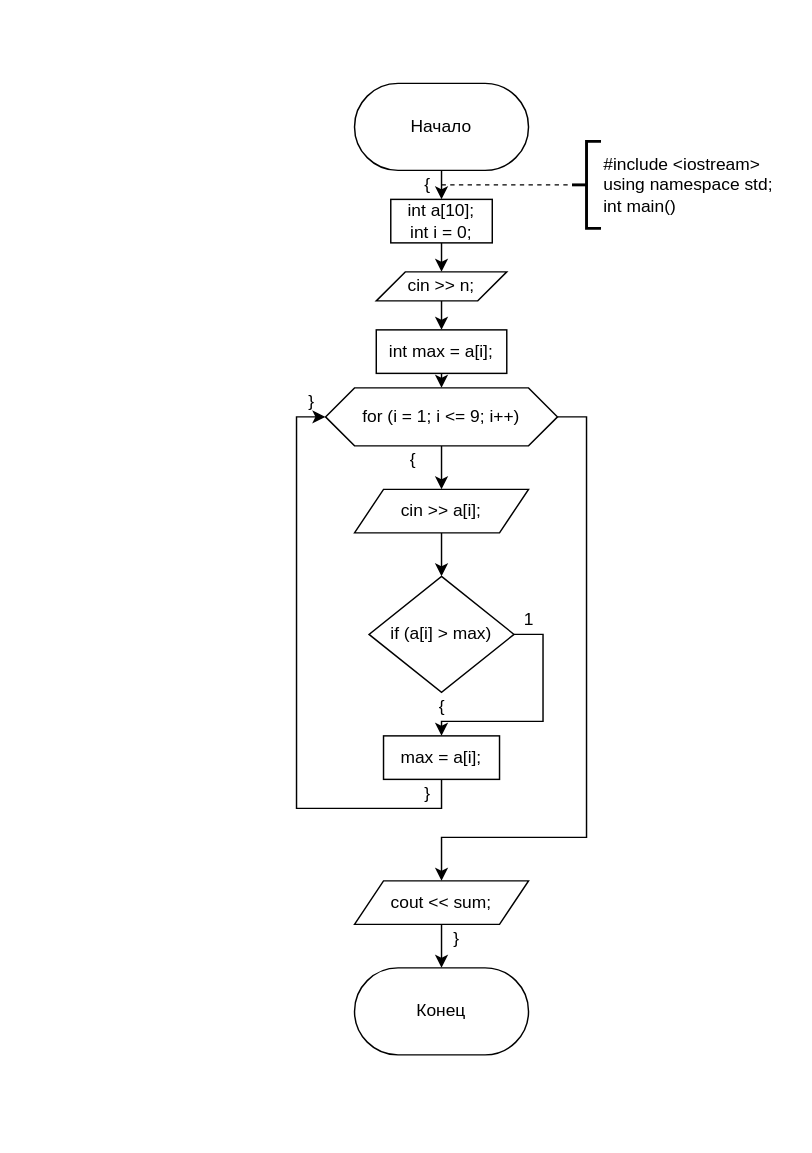
ChinaRBM/Labs_PSTU keeps this draw.io diagram as Блок схемы/Лаб. 14/Задача 2.22.drawio. Above is the earlier version. Source tidied: cells renumbered, new cells numbered last; positions are measured from the earlier drawing's top-left corner, leaving out a move shared by most shapes. Both pictures are drawn from the tidied source at 145%, with x=0, y=0 at pixel (296, 83).
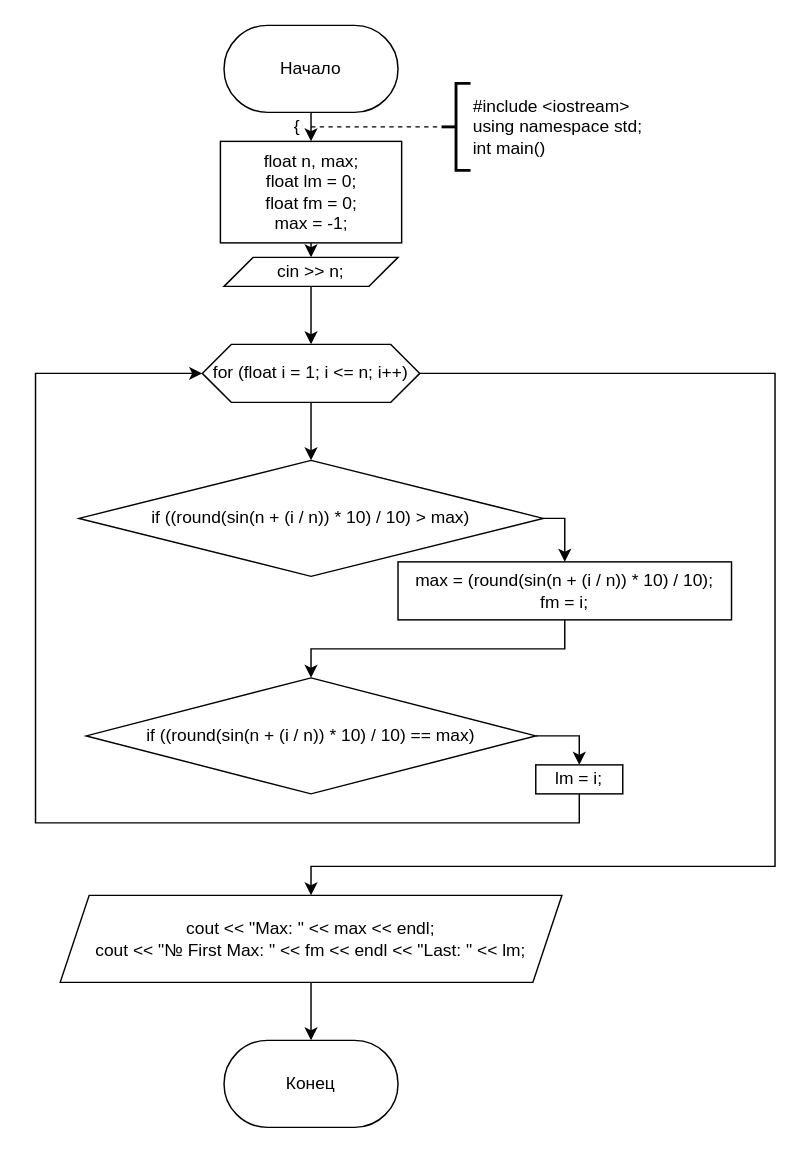
Above is the later version.

The edit, as a diff of the source:
```diff
@@
-    <mxCell id="2" style="edgeStyle=orthogonalEdgeStyle;rounded=0;jettySize=auto;html=1;exitX=0.5;exitY=1;exitDx=0;exitDy=0;entryX=0.5;entryY=0;entryDx=0;entryDy=0;" parent="1" edge="1" source="3" target="6">
-      <mxGeometry relative="1" as="geometry" />
-    </mxCell>
+    <mxCell id="31" style="edgeStyle=orthogonalEdgeStyle;rounded=0;jettySize=auto;html=1;exitX=0.5;exitY=1;exitDx=0;exitDy=0;entryX=0.5;entryY=0;entryDx=0;entryDy=0;" parent="1" edge="1" source="3" target="33">
+      <mxGeometry relative="1" as="geometry" />
+    </mxCell>
     <mxCell id="3" value="Начало" style="rounded=1;whiteSpace=wrap;html=1;arcSize=50;" parent="1" vertex="1">
-      <mxGeometry x="40" width="120" height="60" as="geometry" />
+      <mxGeometry x="-50" y="-40" width="120" height="60" as="geometry" />
     </mxCell>
     <mxCell id="4" value="Конец" style="rounded=1;whiteSpace=wrap;html=1;arcSize=50;" parent="1" vertex="1">
-      <mxGeometry x="40" y="610" width="120" height="60" as="geometry" />
+      <mxGeometry x="-50" y="660" width="120" height="60" as="geometry" />
     </mxCell>
-    <mxCell id="5" style="edgeStyle=orthogonalEdgeStyle;rounded=0;jettySize=auto;html=1;exitX=0.5;exitY=1;exitDx=0;exitDy=0;entryX=0.5;entryY=0;entryDx=0;entryDy=0;" parent="1" edge="1" source="6" target="10">
-      <mxGeometry relative="1" as="geometry" />
-    </mxCell>
-    <mxCell id="6" value="&lt;div&gt;&lt;div&gt;int a[10];&lt;/div&gt;&lt;div&gt;&lt;span&gt;&#9;&lt;/span&gt;int i = 0;&lt;/div&gt;&lt;/div&gt;" style="rounded=0;whiteSpace=wrap;html=1;" parent="1" vertex="1">
-      <mxGeometry x="65" y="80" width="70" height="30" as="geometry" />
-    </mxCell>
-    <mxCell id="7" style="endArrow=none;dashed=1;html=1;rounded=0;" parent="1" edge="1">
-      <mxGeometry relative="1" as="geometry">
-        <mxPoint x="100" y="70" as="sourcePoint" />
-        <mxPoint x="190" y="70" as="targetPoint" />
-      </mxGeometry>
-    </mxCell>
+    <mxCell id="32" style="edgeStyle=orthogonalEdgeStyle;rounded=0;jettySize=auto;html=1;exitX=0.5;exitY=1;exitDx=0;exitDy=0;entryX=0.5;entryY=0;entryDx=0;entryDy=0;" parent="1" edge="1" source="33" target="10">
+      <mxGeometry relative="1" as="geometry" />
+    </mxCell>
+    <mxCell id="33" value="&lt;div&gt;float n, max;&lt;/div&gt;&lt;div&gt;&lt;span&gt;&#9;&lt;/span&gt;float lm = 0;&lt;/div&gt;&lt;div&gt;&lt;span&gt;&#9;&lt;/span&gt;float fm = 0;&lt;/div&gt;&lt;div&gt;max = -1;&lt;br&gt;&lt;/div&gt;" style="rounded=0;whiteSpace=wrap;html=1;" parent="1" vertex="1">
+      <mxGeometry x="-52.5" y="40" width="125" height="70" as="geometry" />
+    </mxCell>
+    <mxCell id="34" style="endArrow=none;dashed=1;html=1;rounded=0;" parent="1" edge="1">
+      <mxGeometry relative="1" as="geometry">
+        <mxPoint x="10" y="30" as="sourcePoint" />
+        <mxPoint x="100" y="30" as="targetPoint" />
+      </mxGeometry>
+    </mxCell>
     <mxCell id="8" value="&lt;div&gt;#include &amp;lt;iostream&amp;gt;&lt;/div&gt;&lt;div&gt;using namespace std;&lt;/div&gt;&lt;div&gt;int main()&lt;/div&gt;" style="strokeWidth=2;html=1;shape=mxgraph.flowchart.annotation_2;align=left;labelPosition=right;" parent="1" vertex="1">
-      <mxGeometry x="190" y="40" width="20" height="60" as="geometry" />
+      <mxGeometry x="100" width="20" height="60" as="geometry" />
     </mxCell>
-    <mxCell id="9" style="edgeStyle=orthogonalEdgeStyle;rounded=0;jettySize=auto;html=1;exitX=0.5;exitY=1;exitDx=0;exitDy=0;entryX=0.5;entryY=0;entryDx=0;entryDy=0;" parent="1" edge="1" source="10" target="19">
-      <mxGeometry relative="1" as="geometry" />
-    </mxCell>
+    <mxCell id="35" value="{" style="text;html=1;align=center;verticalAlign=middle;strokeColor=none;fillColor=none;" parent="1" vertex="1">
+      <mxGeometry x="-10" y="20" width="20" height="20" as="geometry" />
+    </mxCell>
+    <mxCell id="36" style="edgeStyle=orthogonalEdgeStyle;rounded=0;jettySize=auto;html=1;exitX=0.5;exitY=1;exitDx=0;exitDy=0;entryX=0.5;entryY=0;entryDx=0;entryDy=0;" parent="1" edge="1" source="38" target="40">
+      <mxGeometry relative="1" as="geometry" />
+    </mxCell>
+    <mxCell id="37" style="edgeStyle=orthogonalEdgeStyle;rounded=0;jettySize=auto;html=1;exitX=1;exitY=0.5;exitDx=0;exitDy=0;entryX=0.5;entryY=0;entryDx=0;entryDy=0;" parent="1" edge="1" source="38" target="44">
+      <mxGeometry relative="1" as="geometry">
+        <Array as="points">
+          <mxPoint x="330" y="200" />
+          <mxPoint x="330" y="540" />
+          <mxPoint x="10" y="540" />
+        </Array>
+      </mxGeometry>
+    </mxCell>
+    <mxCell id="38" value="for (float i = 1; i &amp;lt;= n; i++)" style="shape=hexagon;perimeter=hexagonPerimeter2;whiteSpace=wrap;html=1;fixedSize=1;" parent="1" vertex="1">
+      <mxGeometry x="-65" y="180" width="150" height="40" as="geometry" />
+    </mxCell>
+    <mxCell id="39" style="edgeStyle=orthogonalEdgeStyle;rounded=0;jettySize=auto;html=1;exitX=1;exitY=0.5;exitDx=0;exitDy=0;entryX=0.5;entryY=0;entryDx=0;entryDy=0;" parent="1" edge="1" source="40" target="49">
+      <mxGeometry relative="1" as="geometry">
+        <Array as="points">
+          <mxPoint x="185" y="300" />
+        </Array>
+      </mxGeometry>
+    </mxCell>
+    <mxCell id="40" value="if ((round(sin(n + (i / n)) * 10) / 10) &amp;gt; max)" style="rhombus;whiteSpace=wrap;html=1;" parent="1" vertex="1">
+      <mxGeometry x="-150" y="260" width="320" height="80" as="geometry" />
+    </mxCell>
+    <mxCell id="41" style="edgeStyle=orthogonalEdgeStyle;rounded=0;jettySize=auto;html=1;exitX=1;exitY=0.5;exitDx=0;exitDy=0;entryX=0.5;entryY=0;entryDx=0;entryDy=0;" parent="1" edge="1" source="42" target="47">
+      <mxGeometry relative="1" as="geometry" />
+    </mxCell>
+    <mxCell id="42" value="if ((round(sin(n + (i / n)) * 10) / 10) == max)" style="rhombus;whiteSpace=wrap;html=1;" parent="1" vertex="1">
+      <mxGeometry x="-145" y="410" width="310" height="80" as="geometry" />
+    </mxCell>
+    <mxCell id="43" style="edgeStyle=orthogonalEdgeStyle;rounded=0;jettySize=auto;html=1;exitX=0.5;exitY=1;exitDx=0;exitDy=0;entryX=0.5;entryY=0;entryDx=0;entryDy=0;" parent="1" edge="1" source="44" target="4">
+      <mxGeometry relative="1" as="geometry" />
+    </mxCell>
+    <mxCell id="44" value="&lt;div&gt;cout &amp;lt;&amp;lt; &quot;Max: &quot; &amp;lt;&amp;lt; max &amp;lt;&amp;lt; endl;&lt;/div&gt;&lt;div&gt;&lt;span&gt;&#9;&lt;/span&gt;cout &amp;lt;&amp;lt; &quot;№ First Max: &quot; &amp;lt;&amp;lt; fm &amp;lt;&amp;lt; endl &amp;lt;&amp;lt; &quot;Last: &quot; &amp;lt;&amp;lt; lm;&lt;/div&gt;" style="shape=parallelogram;perimeter=parallelogramPerimeter;whiteSpace=wrap;html=1;fixedSize=1;" parent="1" vertex="1">
+      <mxGeometry x="-163" y="560" width="346" height="60" as="geometry" />
+    </mxCell>
+    <mxCell id="45" style="edgeStyle=orthogonalEdgeStyle;rounded=0;jettySize=auto;html=1;exitX=0.5;exitY=1;exitDx=0;exitDy=0;entryX=0.5;entryY=0;entryDx=0;entryDy=0;" parent="1" edge="1" source="10" target="38">
+      <mxGeometry relative="1" as="geometry" />
+    </mxCell>
     <mxCell id="10" value="cin &amp;gt;&amp;gt; n;" style="shape=parallelogram;perimeter=parallelogramPerimeter;whiteSpace=wrap;html=1;fixedSize=1;" parent="1" vertex="1">
-      <mxGeometry x="55" y="130" width="90" height="20" as="geometry" />
+      <mxGeometry x="-50" y="120" width="120" height="20" as="geometry" />
     </mxCell>
-    <mxCell id="11" style="edgeStyle=orthogonalEdgeStyle;rounded=0;jettySize=auto;html=1;exitX=0.5;exitY=1;exitDx=0;exitDy=0;entryX=0.5;entryY=0;entryDx=0;entryDy=0;" parent="1" edge="1" source="13" target="21">
-      <mxGeometry relative="1" as="geometry" />
-    </mxCell>
-    <mxCell id="12" style="edgeStyle=orthogonalEdgeStyle;rounded=0;jettySize=auto;html=1;exitX=1;exitY=0.5;exitDx=0;exitDy=0;entryX=0.5;entryY=0;entryDx=0;entryDy=0;" parent="1" edge="1" source="13" target="15">
-      <mxGeometry relative="1" as="geometry">
-        <Array as="points">
-          <mxPoint x="200" y="230" />
-          <mxPoint x="200" y="520" />
-          <mxPoint x="100" y="520" />
-        </Array>
-      </mxGeometry>
-    </mxCell>
-    <mxCell id="13" value="for (i = 1; i &amp;lt;= 9; i++)" style="shape=hexagon;perimeter=hexagonPerimeter2;whiteSpace=wrap;html=1;fixedSize=1;" parent="1" vertex="1">
-      <mxGeometry x="20" y="210" width="160" height="40" as="geometry" />
-    </mxCell>
-    <mxCell id="14" style="edgeStyle=orthogonalEdgeStyle;rounded=0;jettySize=auto;html=1;exitX=0.5;exitY=1;exitDx=0;exitDy=0;entryX=0.5;entryY=0;entryDx=0;entryDy=0;" parent="1" edge="1" source="15" target="4">
-      <mxGeometry relative="1" as="geometry" />
-    </mxCell>
-    <mxCell id="15" value="cout &amp;lt;&amp;lt; sum;" style="shape=parallelogram;perimeter=parallelogramPerimeter;whiteSpace=wrap;html=1;fixedSize=1;" parent="1" vertex="1">
-      <mxGeometry x="40" y="550" width="120" height="30" as="geometry" />
-    </mxCell>
-    <mxCell id="16" value="{" style="text;html=1;align=center;verticalAlign=middle;strokeColor=none;fillColor=none;" parent="1" vertex="1">
-      <mxGeometry x="80" y="60" width="20" height="20" as="geometry" />
-    </mxCell>
-    <mxCell id="17" value="{" style="text;html=1;align=center;verticalAlign=middle;strokeColor=none;fillColor=none;" parent="1" vertex="1">
-      <mxGeometry x="70" y="250" width="20" height="20" as="geometry" />
-    </mxCell>
-    <mxCell id="18" style="edgeStyle=orthogonalEdgeStyle;rounded=0;jettySize=auto;html=1;exitX=0.5;exitY=1;exitDx=0;exitDy=0;entryX=0.5;entryY=0;entryDx=0;entryDy=0;" parent="1" edge="1" source="19" target="13">
-      <mxGeometry relative="1" as="geometry" />
-    </mxCell>
-    <mxCell id="19" value="int max = a[i];" style="rounded=0;whiteSpace=wrap;html=1;" parent="1" vertex="1">
-      <mxGeometry x="55" y="170" width="90" height="30" as="geometry" />
-    </mxCell>
-    <mxCell id="20" style="edgeStyle=orthogonalEdgeStyle;rounded=0;jettySize=auto;html=1;exitX=0.5;exitY=1;exitDx=0;exitDy=0;entryX=0.5;entryY=0;entryDx=0;entryDy=0;" parent="1" edge="1" source="21" target="23">
-      <mxGeometry relative="1" as="geometry" />
-    </mxCell>
-    <mxCell id="21" value="cin &amp;gt;&amp;gt; a[i];" style="shape=parallelogram;perimeter=parallelogramPerimeter;whiteSpace=wrap;html=1;fixedSize=1;" parent="1" vertex="1">
-      <mxGeometry x="40" y="280" width="120" height="30" as="geometry" />
-    </mxCell>
-    <mxCell id="22" style="edgeStyle=orthogonalEdgeStyle;rounded=0;jettySize=auto;html=1;exitX=1;exitY=0.5;exitDx=0;exitDy=0;entryX=0.5;entryY=0;entryDx=0;entryDy=0;" parent="1" edge="1" source="23" target="25">
-      <mxGeometry relative="1" as="geometry" />
-    </mxCell>
-    <mxCell id="23" value="if (a[i] &amp;gt; max)" style="rhombus;whiteSpace=wrap;html=1;" parent="1" vertex="1">
-      <mxGeometry x="50" y="340" width="100" height="80" as="geometry" />
-    </mxCell>
-    <mxCell id="24" style="edgeStyle=orthogonalEdgeStyle;rounded=0;jettySize=auto;html=1;exitX=0.5;exitY=1;exitDx=0;exitDy=0;entryX=0;entryY=0.5;entryDx=0;entryDy=0;" parent="1" edge="1" source="25" target="13">
-      <mxGeometry relative="1" as="geometry" />
-    </mxCell>
-    <mxCell id="25" value="max = a[i];" style="rounded=0;whiteSpace=wrap;html=1;" parent="1" vertex="1">
-      <mxGeometry x="60" y="450" width="80" height="30" as="geometry" />
-    </mxCell>
-    <mxCell id="26" value="}" style="text;html=1;align=center;verticalAlign=middle;strokeColor=none;fillColor=none;" parent="1" vertex="1">
-      <mxGeometry x="100" y="580" width="20" height="20" as="geometry" />
-    </mxCell>
-    <mxCell id="27" value="}" style="text;html=1;align=center;verticalAlign=middle;strokeColor=none;fillColor=none;" parent="1" vertex="1">
-      <mxGeometry x="80" y="480" width="20" height="20" as="geometry" />
-    </mxCell>
-    <mxCell id="28" value="{" style="text;html=1;align=center;verticalAlign=middle;strokeColor=none;fillColor=none;" parent="1" vertex="1">
-      <mxGeometry x="90" y="420" width="20" height="20" as="geometry" />
-    </mxCell>
-    <mxCell id="29" value="1" style="text;html=1;align=center;verticalAlign=middle;strokeColor=none;fillColor=none;" parent="1" vertex="1">
-      <mxGeometry x="150" y="360" width="20" height="20" as="geometry" />
-    </mxCell>
-    <mxCell id="30" value="}" style="text;html=1;align=center;verticalAlign=middle;strokeColor=none;fillColor=none;" parent="1" vertex="1">
-      <mxGeometry y="210" width="20" height="20" as="geometry" />
-    </mxCell>
+    <mxCell id="46" style="edgeStyle=orthogonalEdgeStyle;rounded=0;jettySize=auto;html=1;exitX=0.5;exitY=1;exitDx=0;exitDy=0;entryX=0;entryY=0.5;entryDx=0;entryDy=0;" parent="1" edge="1" source="47" target="38">
+      <mxGeometry relative="1" as="geometry">
+        <Array as="points">
+          <mxPoint x="195" y="510" />
+          <mxPoint x="-180" y="510" />
+          <mxPoint x="-180" y="200" />
+        </Array>
+      </mxGeometry>
+    </mxCell>
+    <mxCell id="47" value="lm = i;" style="rounded=0;whiteSpace=wrap;html=1;" parent="1" vertex="1">
+      <mxGeometry x="165" y="470" width="60" height="20" as="geometry" />
+    </mxCell>
+    <mxCell id="48" style="edgeStyle=orthogonalEdgeStyle;rounded=0;jettySize=auto;html=1;exitX=0.5;exitY=1;exitDx=0;exitDy=0;entryX=0.5;entryY=0;entryDx=0;entryDy=0;" parent="1" edge="1" source="49" target="42">
+      <mxGeometry relative="1" as="geometry" />
+    </mxCell>
+    <mxCell id="49" value="&lt;div&gt;max = (round(sin(n + (i / n)) * 10) / 10);&lt;/div&gt;&lt;div&gt;&lt;span&gt;&#9;&#9;&#9;&lt;/span&gt;fm = i;&lt;/div&gt;" style="rounded=0;whiteSpace=wrap;html=1;" parent="1" vertex="1">
+      <mxGeometry x="70" y="330" width="230" height="40" as="geometry" />
+    </mxCell>
```
